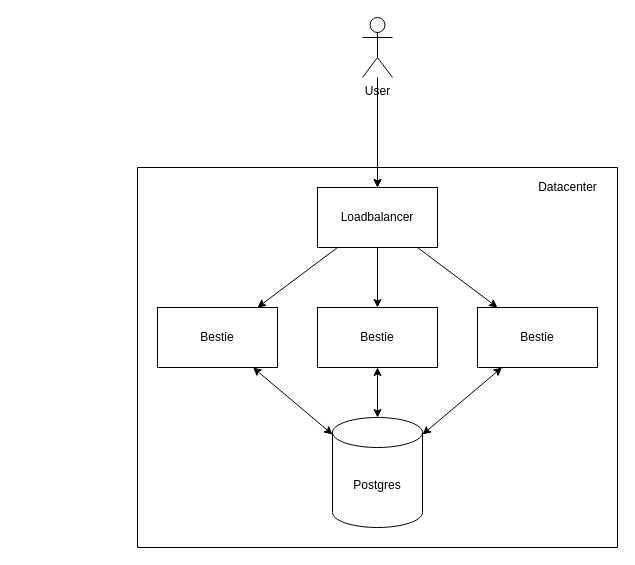
The draw.io diagram docs/Untitled Diagram.drawio in opdev/l5-operator-demo, before the edit. Source tidied: cells renumbered, new cells numbered last; positions are measured from the earlier drawing's top-left corner, leaving out a move shared by most shapes. Both pictures are drawn from the tidied source at 100%, with x=0, y=0 at pixel (137, 17).
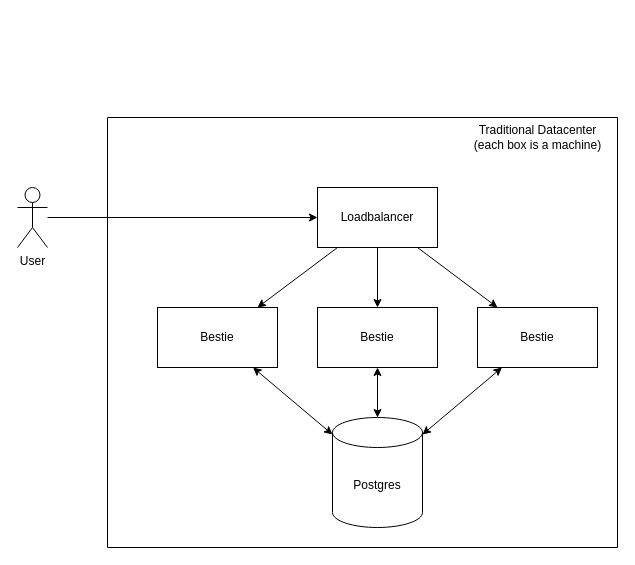
After the change.

Change to the diagram source:
```diff
@@
 <mxGraphModel>
   <root>
     <mxCell id="0" />
     <mxCell id="1" parent="0" />
     <mxCell id="2" value="Bestie" style="rounded=0;whiteSpace=wrap;html=1;" parent="1" vertex="1">
       <mxGeometry x="20" y="290" width="120" height="60" as="geometry" />
     </mxCell>
     <mxCell id="3" value="Bestie" style="rounded=0;whiteSpace=wrap;html=1;" parent="1" vertex="1">
       <mxGeometry x="180" y="290" width="120" height="60" as="geometry" />
     </mxCell>
     <mxCell id="4" value="Bestie" style="rounded=0;whiteSpace=wrap;html=1;" parent="1" vertex="1">
       <mxGeometry x="340" y="290" width="120" height="60" as="geometry" />
     </mxCell>
     <mxCell id="5" value="Loadbalancer" style="rounded=0;whiteSpace=wrap;html=1;" parent="1" vertex="1">
       <mxGeometry x="180" y="170" width="120" height="60" as="geometry" />
     </mxCell>
     <mxCell id="6" style="edgeStyle=orthogonalEdgeStyle;rounded=0;jettySize=auto;html=1;" parent="1" edge="1" source="7" target="5">
       <mxGeometry relative="1" as="geometry" />
     </mxCell>
     <mxCell id="7" value="User" style="shape=umlActor;verticalLabelPosition=bottom;verticalAlign=top;html=1;outlineConnect=0;" parent="1" vertex="1">
-      <mxGeometry x="225" width="30" height="60" as="geometry" />
+      <mxGeometry x="-120" y="170" width="30" height="60" as="geometry" />
     </mxCell>
     <mxCell id="8" style="endArrow=classic;startArrow=classic;html=1;rounded=0;" parent="1" edge="1" source="2" target="16">
       <mxGeometry relative="1" as="geometry" />
     </mxCell>
     <mxCell id="9" style="endArrow=classic;startArrow=classic;html=1;rounded=0;" parent="1" edge="1" source="3" target="16">
       <mxGeometry relative="1" as="geometry" />
     </mxCell>
     <mxCell id="10" style="endArrow=classic;startArrow=classic;html=1;rounded=0;" parent="1" edge="1" source="4" target="16">
       <mxGeometry relative="1" as="geometry" />
     </mxCell>
     <mxCell id="11" style="endArrow=classic;html=1;rounded=0;" parent="1" edge="1" source="5" target="2">
       <mxGeometry relative="1" as="geometry" />
     </mxCell>
     <mxCell id="12" style="endArrow=classic;html=1;rounded=0;" parent="1" edge="1" source="5" target="3">
       <mxGeometry relative="1" as="geometry" />
     </mxCell>
     <mxCell id="13" style="endArrow=classic;html=1;rounded=0;" parent="1" edge="1" source="5" target="4">
       <mxGeometry relative="1" as="geometry" />
     </mxCell>
-    <mxCell id="14" style="endArrow=classic;html=1;rounded=0;entryX=0.5;entryY=0;entryDx=0;entryDy=0;" parent="1" edge="1" source="7" target="5">
-      <mxGeometry relative="1" as="geometry" />
-    </mxCell>
     <mxCell id="15" style="swimlane;startSize=0;" parent="1" vertex="1">
-      <mxGeometry y="150" width="480" height="380" as="geometry" />
+      <mxGeometry x="-30" y="100" width="510" height="430" as="geometry" />
     </mxCell>
     <mxCell id="16" value="Postgres" style="shape=cylinder3;whiteSpace=wrap;html=1;boundedLbl=1;backgroundOutline=1;size=15;" parent="15" vertex="1">
-      <mxGeometry x="195" y="250" width="90" height="110" as="geometry" />
+      <mxGeometry x="225" y="300" width="90" height="110" as="geometry" />
     </mxCell>
-    <mxCell id="17" value="Datacenter" style="text;html=1;align=center;verticalAlign=middle;strokeColor=none;fillColor=none;" parent="15" vertex="1">
-      <mxGeometry x="395" y="10" width="70" height="20" as="geometry" />
+    <mxCell id="17" value="Traditional Datacenter&lt;br&gt;(each box is a machine)" style="text;html=1;align=center;verticalAlign=middle;strokeColor=none;fillColor=none;" parent="15" vertex="1">
+      <mxGeometry x="360" y="5" width="140" height="30" as="geometry" />
     </mxCell>
   </root>
 </mxGraphModel>
```
